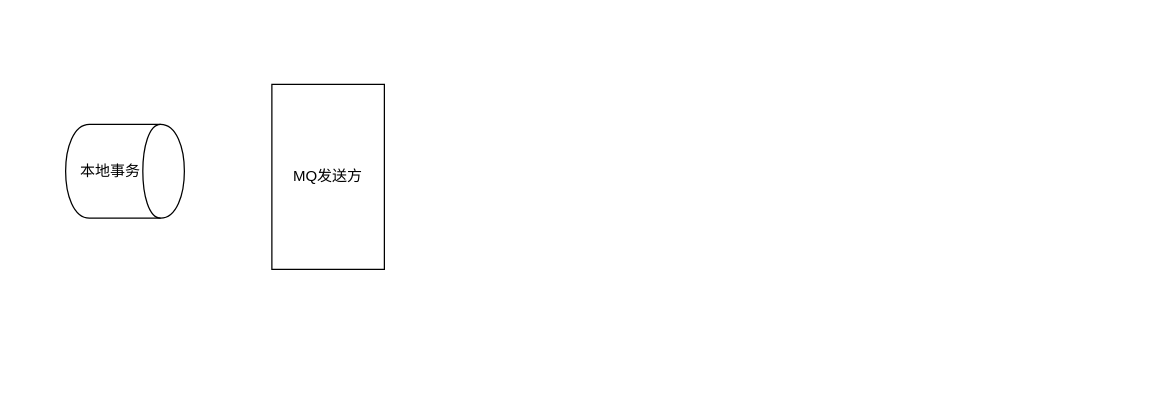
Earlier version of the draw.io diagram 分布式事务.drawio (bluefantasy2014/draw.io). Source tidied: cells renumbered, new cells numbered last; positions are measured from the earlier drawing's top-left corner, leaving out a move shared by most shapes. Both pictures are drawn from the tidied source at 125%, with x=0, y=0 at pixel (65, 84).
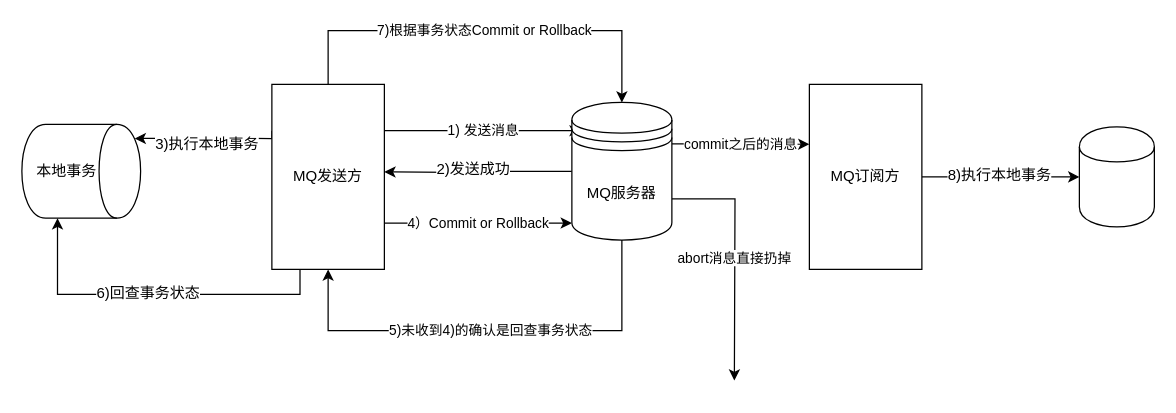
The same page after the edit.

Commit message (it also covers changes not shown here):
Update 分布式事务.drawio

The change refers to these unchanged cells:
```xml
<mxCell id="3" value="MQ发送方" style="rounded=0;whiteSpace=wrap;html=1;" parent="1" vertex="1">
  <mxGeometry x="165" width="90" height="148" as="geometry" />
</mxCell>
```

The edit, as a diff of the source:
```diff
@@
     <mxCell id="2" value="本地事务" style="shape=cylinder;whiteSpace=wrap;html=1;boundedLbl=1;backgroundOutline=1;direction=south;" parent="1" vertex="1">
-      <mxGeometry y="32" width="95" height="75" as="geometry" />
+      <mxGeometry x="-35" y="32" width="95" height="75" as="geometry" />
     </mxCell>
+    <mxCell id="4" value="1) 发送消息" style="edgeStyle=orthogonalEdgeStyle;rounded=0;jettySize=auto;html=1;exitX=1;exitY=0.25;exitDx=0;exitDy=0;entryX=0.088;entryY=0.205;entryDx=0;entryDy=0;entryPerimeter=0;" parent="1" edge="1" source="3" target="16">
+      <mxGeometry relative="1" as="geometry" />
+    </mxCell>
+    <mxCell id="5" style="edgeStyle=orthogonalEdgeStyle;rounded=0;jettySize=auto;html=1;exitX=0;exitY=0.25;exitDx=0;exitDy=0;entryX=0.15;entryY=0.05;entryDx=0;entryDy=0;entryPerimeter=0;" parent="1" edge="1" source="3" target="2">
+      <mxGeometry relative="1" as="geometry">
+        <Array as="points">
+          <mxPoint x="165" y="43" />
+        </Array>
+      </mxGeometry>
+    </mxCell>
+    <mxCell id="6" value="3)执行本地事务" style="text;html=1;align=center;verticalAlign=middle;labelBackgroundColor=#ffffff;" parent="5" vertex="1">
+      <mxGeometry x="0.23" y="-1" relative="1" as="geometry">
+        <mxPoint x="12.5" y="5" as="offset" />
+      </mxGeometry>
+    </mxCell>
+    <mxCell id="7" value="4）Commit or Rollback" style="edgeStyle=orthogonalEdgeStyle;rounded=0;jettySize=auto;html=1;exitX=1;exitY=0.75;exitDx=0;exitDy=0;entryX=0;entryY=0.877;entryDx=0;entryDy=0;entryPerimeter=0;" parent="1" edge="1" source="3" target="16">
+      <mxGeometry relative="1" as="geometry" />
+    </mxCell>
+    <mxCell id="8" style="edgeStyle=orthogonalEdgeStyle;rounded=0;jettySize=auto;html=1;exitX=0.25;exitY=1;exitDx=0;exitDy=0;entryX=1;entryY=0.7;entryDx=0;entryDy=0;" parent="1" edge="1" source="3" target="2">
+      <mxGeometry relative="1" as="geometry" />
+    </mxCell>
+    <mxCell id="9" value="6)回查事务状态&lt;br&gt;" style="text;html=1;align=center;verticalAlign=middle;labelBackgroundColor=#ffffff;" parent="8" vertex="1">
+      <mxGeometry x="0.03" y="-2" relative="1" as="geometry" />
+    </mxCell>
+    <mxCell id="10" value="7)根据事务状态Commit or Rollback" style="edgeStyle=orthogonalEdgeStyle;rounded=0;jettySize=auto;html=1;exitX=0.5;exitY=0;exitDx=0;exitDy=0;entryX=0.5;entryY=0;entryDx=0;entryDy=0;" parent="1" edge="1" source="3" target="16">
+      <mxGeometry relative="1" as="geometry">
+        <Array as="points">
+          <mxPoint x="210" y="-43" />
+          <mxPoint x="445" y="-43" />
+        </Array>
+      </mxGeometry>
+    </mxCell>
@@
+    <mxCell id="11" style="edgeStyle=orthogonalEdgeStyle;rounded=0;jettySize=auto;html=1;exitX=0;exitY=0.5;exitDx=0;exitDy=0;" parent="1" edge="1" source="16">
+      <mxGeometry relative="1" as="geometry">
+        <mxPoint x="255" y="70" as="targetPoint" />
+      </mxGeometry>
+    </mxCell>
+    <mxCell id="12" value="2)发送成功" style="text;html=1;align=center;verticalAlign=middle;labelBackgroundColor=#ffffff;" parent="11" vertex="1">
+      <mxGeometry x="0.07" y="-3" relative="1" as="geometry" />
+    </mxCell>
+    <mxCell id="13" value="5)未收到4)的确认是回查事务状态" style="edgeStyle=orthogonalEdgeStyle;rounded=0;jettySize=auto;html=1;exitX=0.5;exitY=1;exitDx=0;exitDy=0;entryX=0.5;entryY=1;entryDx=0;entryDy=0;" parent="1" edge="1" source="16" target="3">
+      <mxGeometry relative="1" as="geometry">
+        <Array as="points">
+          <mxPoint x="445" y="197" />
+          <mxPoint x="210" y="197" />
+        </Array>
+      </mxGeometry>
+    </mxCell>
+    <mxCell id="14" value="commit之后的消息" style="edgeStyle=orthogonalEdgeStyle;rounded=0;jettySize=auto;html=1;exitX=1;exitY=0.3;exitDx=0;exitDy=0;entryX=0;entryY=0.324;entryDx=0;entryDy=0;entryPerimeter=0;" parent="1" edge="1" source="16" target="19">
+      <mxGeometry relative="1" as="geometry" />
+    </mxCell>
+    <mxCell id="15" value="abort消息直接扔掉" style="edgeStyle=orthogonalEdgeStyle;rounded=0;jettySize=auto;html=1;exitX=1;exitY=0.7;exitDx=0;exitDy=0;" parent="1" edge="1" source="16">
+      <mxGeometry relative="1" as="geometry">
+        <mxPoint x="535" y="237" as="targetPoint" />
+      </mxGeometry>
+    </mxCell>
+    <mxCell id="16" value="MQ服务器" style="shape=datastore;whiteSpace=wrap;html=1;" parent="1" vertex="1">
+      <mxGeometry x="405" y="14.5" width="80" height="110" as="geometry" />
+    </mxCell>
+    <mxCell id="17" style="edgeStyle=orthogonalEdgeStyle;rounded=0;jettySize=auto;html=1;exitX=1;exitY=0.5;exitDx=0;exitDy=0;" parent="1" edge="1" source="19" target="20">
+      <mxGeometry relative="1" as="geometry" />
+    </mxCell>
+    <mxCell id="18" value="8)执行本地事务" style="text;html=1;align=center;verticalAlign=middle;labelBackgroundColor=#ffffff;" parent="17" vertex="1">
+      <mxGeometry x="-0.03" y="2" relative="1" as="geometry" />
+    </mxCell>
+    <mxCell id="19" value="MQ订阅方" style="rounded=0;whiteSpace=wrap;html=1;" parent="1" vertex="1">
+      <mxGeometry x="595" width="90" height="148" as="geometry" />
+    </mxCell>
+    <mxCell id="20" style="shape=cylinder;whiteSpace=wrap;html=1;boundedLbl=1;backgroundOutline=1;" parent="1" vertex="1">
+      <mxGeometry x="811" y="34" width="60" height="80" as="geometry" />
+    </mxCell>
```
